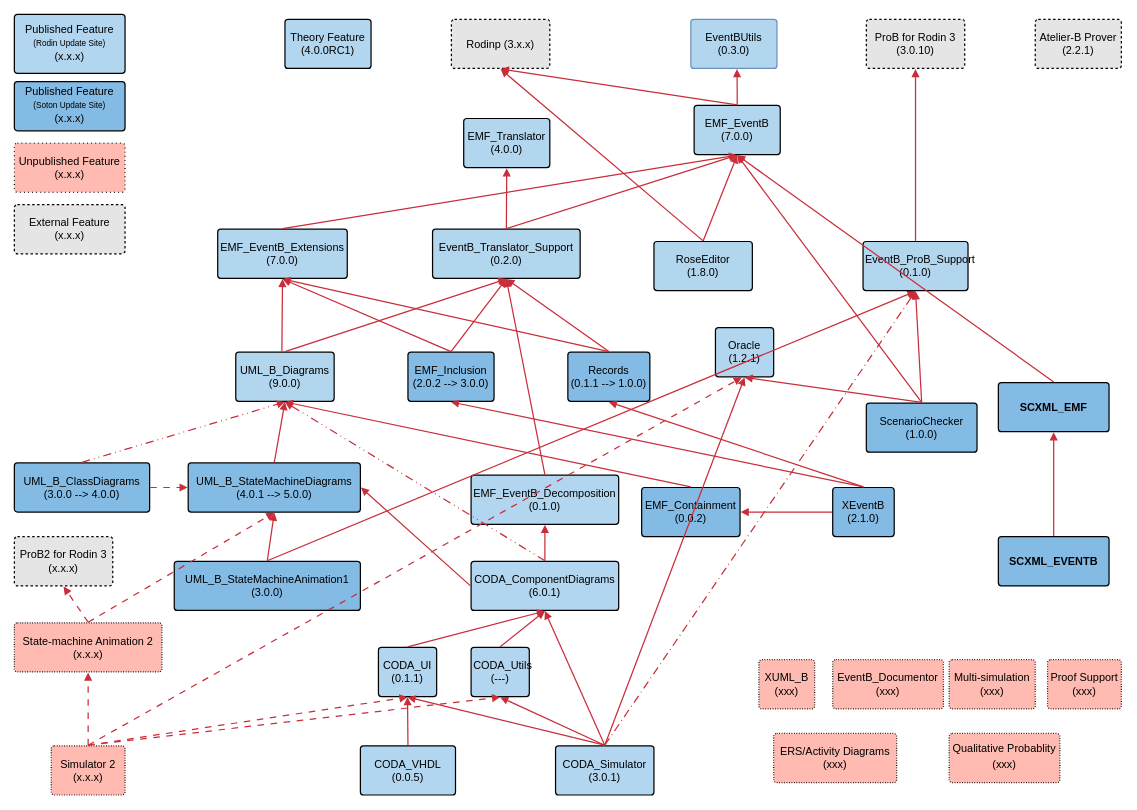
The draw.io diagram diagrams/Rodin Features.drawio in eventB-Soton/DevelopmentProcedures, before the edit. Source tidied: cells renumbered, new cells numbered last; positions are measured from the earlier drawing's top-left corner, leaving out a move shared by most shapes. Both pictures are drawn from the tidied source at 82%, with x=0, y=0 at pixel (14, 14).
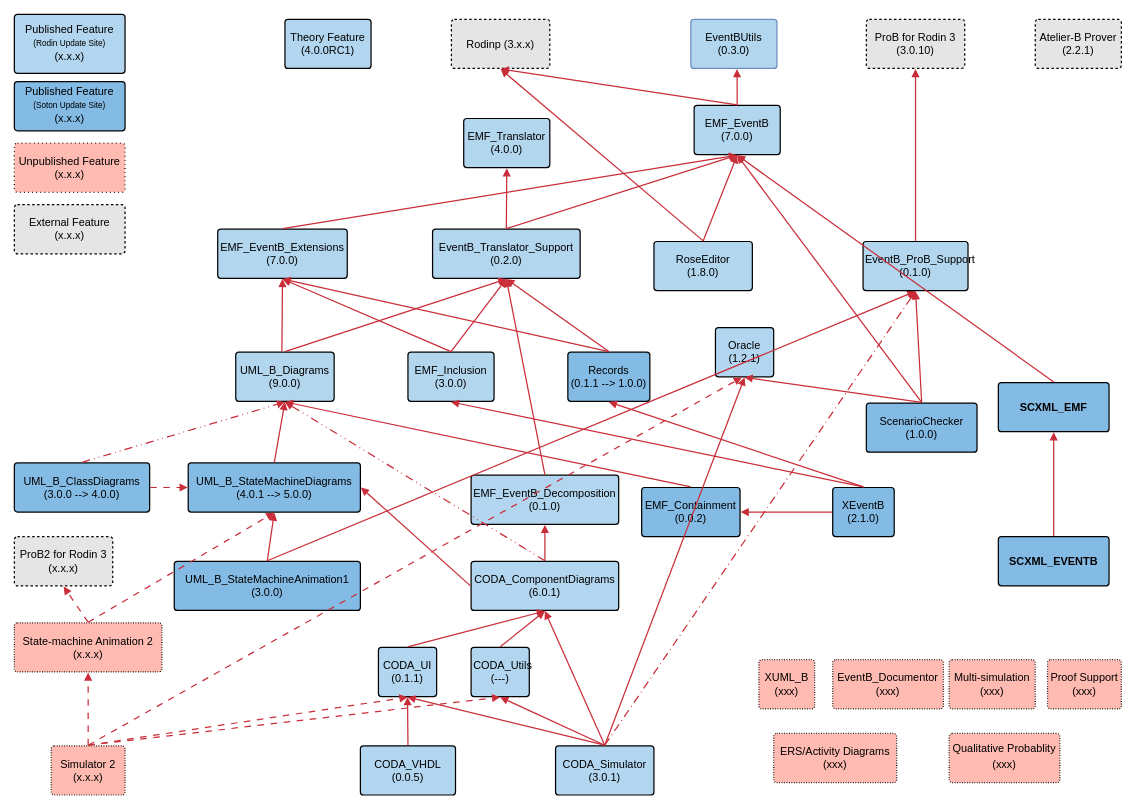
The same page after the edit.

The edit, as a diff of the source:
```diff
@@
-    <mxCell id="9" value="EMF_Inclusion (2.0.2 --&amp;gt; 3.0.0)" style="html=1;overflow=block;blockSpacing=1;whiteSpace=wrap;fontSize=13.3;fontColor=default;spacing=3.8;strokeOpacity=100;fillOpacity=100;rounded=1;absoluteArcSize=1;arcSize=7.5;fillColor=#83bbe5;strokeWidth=1.5;" parent="1" vertex="1">
+    <mxCell id="9" value="EMF_Inclusion (3.0.0)" style="html=1;overflow=block;blockSpacing=1;whiteSpace=wrap;fontSize=13.3;fontColor=default;spacing=3.8;strokeOpacity=100;fillOpacity=100;rounded=1;absoluteArcSize=1;arcSize=7.5;fillColor=#b3d6ef;strokeWidth=1.5;" parent="1" vertex="1">
       <mxGeometry x="480" y="412" width="105" height="60" as="geometry" />
     </mxCell>
```
